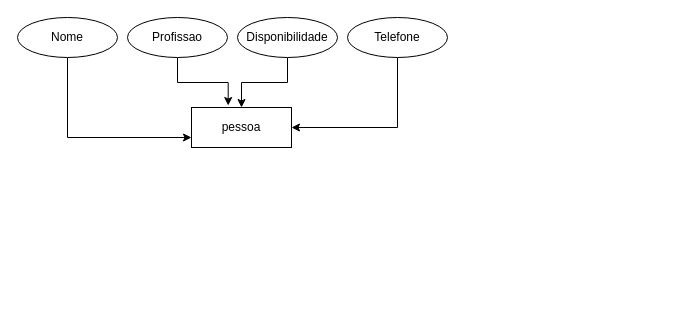
Earlier version of the draw.io diagram procureUmTrabalhador.drawio (HenryWDC/Devaria). Source tidied: cells renumbered, new cells numbered last; positions are measured from the earlier drawing's top-left corner, leaving out a move shared by most shapes. Both pictures are drawn from the tidied source at 100%, with x=0, y=0 at pixel (17, 17).
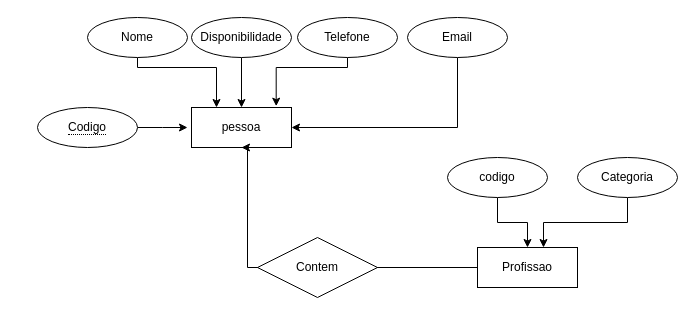
The same page after the edit.

The change refers to these unchanged cells:
```xml
<mxCell id="2" value="pessoa" style="whiteSpace=wrap;html=1;align=center;" parent="1" vertex="1">
  <mxGeometry x="174" y="90" width="100" height="40" as="geometry" />
</mxCell>
```

The edit, as a diff of the source:
```diff
@@
-    <mxCell id="3" style="edgeStyle=orthogonalEdgeStyle;rounded=0;jettySize=auto;html=1;entryX=0;entryY=0.75;entryDx=0;entryDy=0;" parent="1" edge="1" source="4" target="2">
+    <mxCell id="3" style="edgeStyle=orthogonalEdgeStyle;rounded=0;jettySize=auto;html=1;entryX=0.25;entryY=0;entryDx=0;entryDy=0;" parent="1" edge="1" source="4" target="2">
       <mxGeometry relative="1" as="geometry">
         <Array as="points">
-          <mxPoint x="50" y="120" />
+          <mxPoint x="120" y="50" />
+          <mxPoint x="199" y="50" />
         </Array>
       </mxGeometry>
     </mxCell>
     <mxCell id="4" value="Nome" style="ellipse;whiteSpace=wrap;html=1;align=center;" parent="1" vertex="1">
-      <mxGeometry width="100" height="40" as="geometry" />
+      <mxGeometry x="70" width="100" height="40" as="geometry" />
     </mxCell>
-    <mxCell id="5" style="edgeStyle=orthogonalEdgeStyle;rounded=0;jettySize=auto;html=1;entryX=0.367;entryY=-0.05;entryDx=0;entryDy=0;entryPerimeter=0;" parent="1" edge="1" source="6" target="2">
-      <mxGeometry relative="1" as="geometry" />
-    </mxCell>
-    <mxCell id="6" value="Profissao" style="ellipse;whiteSpace=wrap;html=1;align=center;" parent="1" vertex="1">
-      <mxGeometry x="110" width="100" height="40" as="geometry" />
-    </mxCell>
@@
     <mxCell id="8" value="Disponibilidade" style="ellipse;whiteSpace=wrap;html=1;align=center;" parent="1" vertex="1">
-      <mxGeometry x="220" width="100" height="40" as="geometry" />
+      <mxGeometry x="174" width="100" height="40" as="geometry" />
     </mxCell>
-    <mxCell id="9" style="edgeStyle=orthogonalEdgeStyle;rounded=0;jettySize=auto;html=1;entryX=1;entryY=0.5;entryDx=0;entryDy=0;" parent="1" edge="1" source="10" target="2">
+    <mxCell id="9" style="edgeStyle=orthogonalEdgeStyle;rounded=0;jettySize=auto;html=1;entryX=0.847;entryY=-0.033;entryDx=0;entryDy=0;entryPerimeter=0;" parent="1" edge="1" source="10" target="2">
       <mxGeometry relative="1" as="geometry">
         <Array as="points">
-          <mxPoint x="380" y="110" />
+          <mxPoint x="330" y="50" />
+          <mxPoint x="259" y="50" />
         </Array>
       </mxGeometry>
     </mxCell>
     <mxCell id="10" value="Telefone" style="ellipse;whiteSpace=wrap;html=1;align=center;" parent="1" vertex="1">
-      <mxGeometry x="330" width="100" height="40" as="geometry" />
+      <mxGeometry x="280" width="100" height="40" as="geometry" />
     </mxCell>
+    <mxCell id="5" style="edgeStyle=orthogonalEdgeStyle;rounded=0;jettySize=auto;html=1;entryX=0.5;entryY=1;entryDx=0;entryDy=0;" parent="1" edge="1" source="6" target="2">
+      <mxGeometry relative="1" as="geometry">
+        <Array as="points">
+          <mxPoint x="230" y="250" />
+          <mxPoint x="230" y="130" />
+        </Array>
+      </mxGeometry>
+    </mxCell>
+    <mxCell id="6" value="Profissao" style="whiteSpace=wrap;html=1;align=center;" parent="1" vertex="1">
+      <mxGeometry x="460" y="230" width="100" height="40" as="geometry" />
+    </mxCell>
+    <mxCell id="11" style="edgeStyle=orthogonalEdgeStyle;rounded=0;jettySize=auto;html=1;" parent="1" edge="1" source="12" target="6">
+      <mxGeometry relative="1" as="geometry" />
+    </mxCell>
+    <mxCell id="12" value="codigo" style="ellipse;whiteSpace=wrap;html=1;align=center;" parent="1" vertex="1">
+      <mxGeometry x="430" y="140" width="100" height="40" as="geometry" />
+    </mxCell>
+    <mxCell id="13" style="edgeStyle=orthogonalEdgeStyle;rounded=0;jettySize=auto;html=1;entryX=1;entryY=0.5;entryDx=0;entryDy=0;" parent="1" edge="1" source="14" target="2">
+      <mxGeometry relative="1" as="geometry">
+        <Array as="points">
+          <mxPoint x="440" y="110" />
+        </Array>
+      </mxGeometry>
+    </mxCell>
+    <mxCell id="14" value="Email" style="ellipse;whiteSpace=wrap;html=1;align=center;" parent="1" vertex="1">
+      <mxGeometry x="390" width="100" height="40" as="geometry" />
+    </mxCell>
+    <mxCell id="15" style="edgeStyle=orthogonalEdgeStyle;rounded=0;jettySize=auto;html=1;entryX=0.66;entryY=0;entryDx=0;entryDy=0;entryPerimeter=0;" parent="1" edge="1" source="16" target="6">
+      <mxGeometry relative="1" as="geometry" />
+    </mxCell>
+    <mxCell id="16" value="Categoria" style="ellipse;whiteSpace=wrap;html=1;align=center;" parent="1" vertex="1">
+      <mxGeometry x="560" y="140" width="100" height="40" as="geometry" />
+    </mxCell>
+    <mxCell id="17" value="Contem" style="shape=rhombus;perimeter=rhombusPerimeter;whiteSpace=wrap;html=1;align=center;" parent="1" vertex="1">
+      <mxGeometry x="240" y="220" width="120" height="60" as="geometry" />
+    </mxCell>
+    <mxCell id="18" style="edgeStyle=orthogonalEdgeStyle;rounded=0;jettySize=auto;html=1;" parent="1" edge="1" source="19">
+      <mxGeometry relative="1" as="geometry">
+        <mxPoint x="170" y="110" as="targetPoint" />
+      </mxGeometry>
+    </mxCell>
+    <mxCell id="19" value="&lt;span style=&quot;border-bottom: 1px dotted&quot;&gt;Codigo&lt;/span&gt;" style="ellipse;whiteSpace=wrap;html=1;align=center;" parent="1" vertex="1">
+      <mxGeometry x="20" y="90" width="100" height="40" as="geometry" />
+    </mxCell>
```
